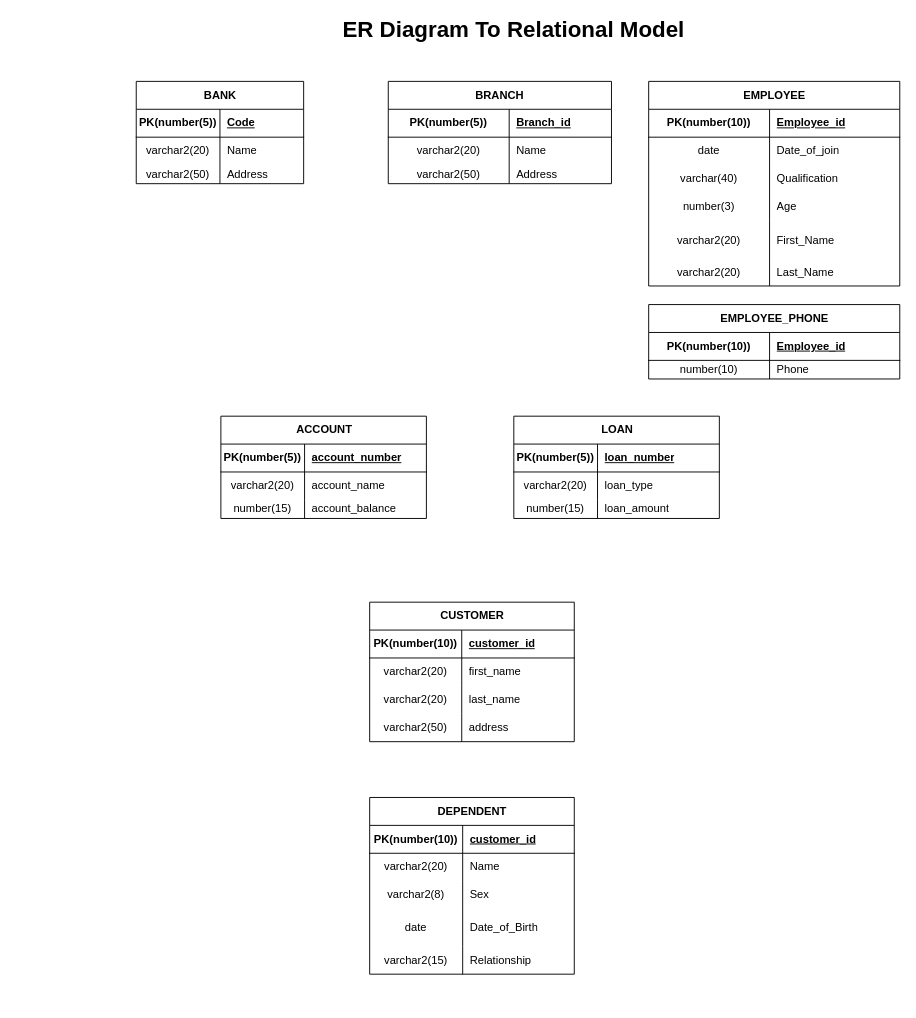
Before: page "Page-2" (2 of 2) of Untitled Diagram.drawio in Anurag404OpenSourceRules/Bank-Management-System-ERD, a draw.io diagram. Source tidied: cells renumbered, new cells numbered last; positions are measured from the earlier drawing's top-left corner, leaving out a move shared by most shapes. Both pictures are drawn from the tidied source at 93%, with x=0, y=0 at pixel (136, 16).
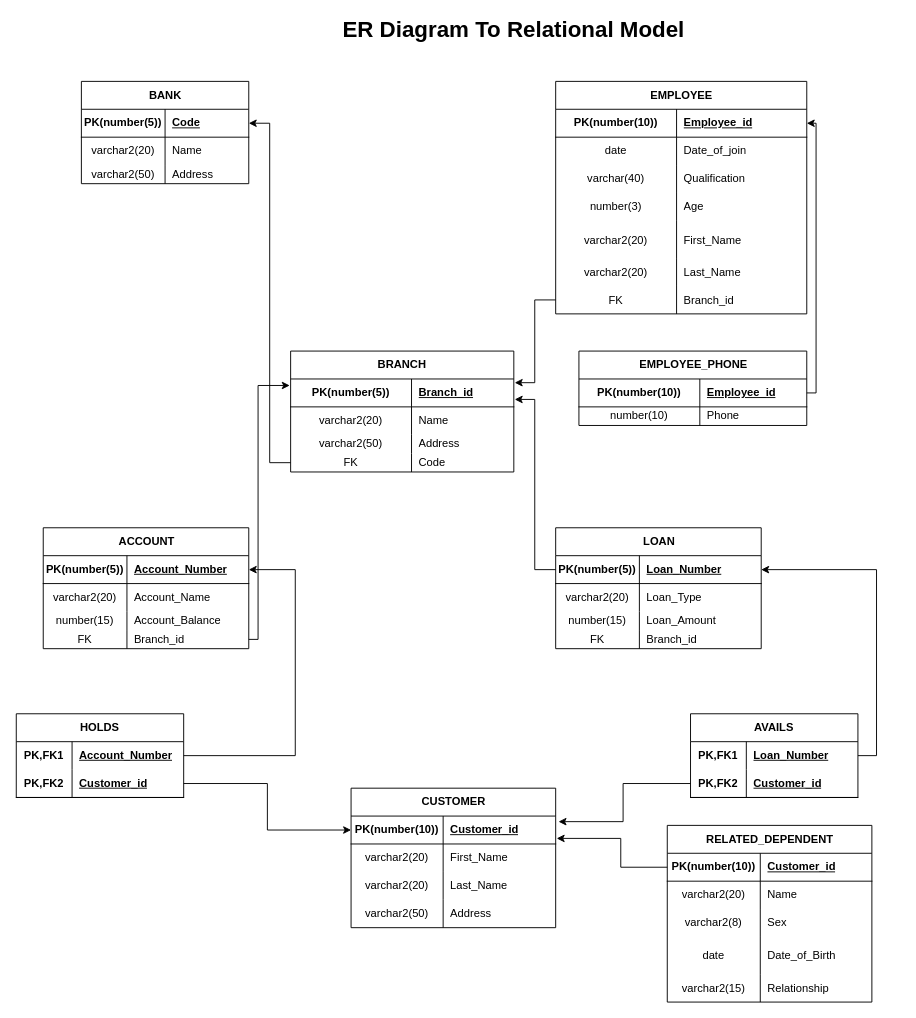
Above is the later version.

The change refers to these unchanged cells:
```xml
<mxCell id="4" style="shape=tableRow;horizontal=0;startSize=0;swimlaneHead=0;swimlaneBody=0;fillColor=none;points=[[0,0.5],[1,0.5]];portConstraint=eastwest;top=0;left=0;right=0;bottom=1;" parent="3" vertex="1">
  <mxGeometry y="30" width="180" height="30" as="geometry" />
</mxCell>
<mxCell id="14" style="shape=tableRow;horizontal=0;startSize=0;swimlaneHead=0;swimlaneBody=0;fillColor=none;points=[[0,0.5],[1,0.5]];portConstraint=eastwest;top=0;left=0;right=0;bottom=1;" parent="13" vertex="1">
  <mxGeometry y="30" width="240" height="30" as="geometry" />
</mxCell>
<mxCell id="24" style="shape=tableRow;horizontal=0;startSize=0;swimlaneHead=0;swimlaneBody=0;fillColor=none;points=[[0,0.5],[1,0.5]];portConstraint=eastwest;top=0;left=0;right=0;bottom=1;" parent="23" vertex="1">
  <mxGeometry y="30" width="270" height="30" as="geometry" />
</mxCell>
<mxCell id="50" style="shape=tableRow;horizontal=0;startSize=0;swimlaneHead=0;swimlaneBody=0;fillColor=none;points=[[0,0.5],[1,0.5]];portConstraint=eastwest;top=0;left=0;right=0;bottom=1;" parent="49" vertex="1">
  <mxGeometry y="30" width="221" height="30" as="geometry" />
</mxCell>
<mxCell id="53" style="shape=tableRow;horizontal=0;startSize=0;swimlaneHead=0;swimlaneBody=0;fillColor=none;top=0;left=0;right=0;bottom=0;" parent="49" vertex="1">
  <mxGeometry y="60" width="221" height="30" as="geometry" />
</mxCell>
<mxCell id="56" style="shape=tableRow;horizontal=0;startSize=0;swimlaneHead=0;swimlaneBody=0;fillColor=none;top=0;left=0;right=0;bottom=0;" parent="49" vertex="1">
  <mxGeometry y="90" width="221" height="20" as="geometry" />
</mxCell>
<mxCell id="60" style="shape=tableRow;horizontal=0;startSize=0;swimlaneHead=0;swimlaneBody=0;fillColor=none;points=[[0,0.5],[1,0.5]];portConstraint=eastwest;top=0;left=0;right=0;bottom=1;" parent="59" vertex="1">
  <mxGeometry y="30" width="221" height="30" as="geometry" />
</mxCell>
<mxCell id="63" style="shape=tableRow;horizontal=0;startSize=0;swimlaneHead=0;swimlaneBody=0;fillColor=none;top=0;left=0;right=0;bottom=0;" parent="59" vertex="1">
  <mxGeometry y="60" width="221" height="30" as="geometry" />
</mxCell>
<mxCell id="66" style="shape=tableRow;horizontal=0;startSize=0;swimlaneHead=0;swimlaneBody=0;fillColor=none;top=0;left=0;right=0;bottom=0;" parent="59" vertex="1">
  <mxGeometry y="90" width="221" height="20" as="geometry" />
</mxCell>
<mxCell id="70" style="shape=tableRow;horizontal=0;startSize=0;swimlaneHead=0;swimlaneBody=0;fillColor=none;points=[[0,0.5],[1,0.5]];portConstraint=eastwest;top=0;left=0;right=0;bottom=1;" parent="69" vertex="1">
  <mxGeometry y="30" width="220" height="30" as="geometry" />
</mxCell>
<mxCell id="73" style="shape=tableRow;horizontal=0;startSize=0;swimlaneHead=0;swimlaneBody=0;fillColor=none;top=0;left=0;right=0;bottom=0;" parent="69" vertex="1">
  <mxGeometry y="60" width="220" height="30" as="geometry" />
</mxCell>
<mxCell id="76" style="shape=tableRow;horizontal=0;startSize=0;swimlaneHead=0;swimlaneBody=0;fillColor=none;top=0;left=0;right=0;bottom=0;" parent="69" vertex="1">
  <mxGeometry y="90" width="220" height="30" as="geometry" />
</mxCell>
<mxCell id="79" style="shape=tableRow;horizontal=0;startSize=0;swimlaneHead=0;swimlaneBody=0;fillColor=none;top=0;left=0;right=0;bottom=0;" parent="69" vertex="1">
  <mxGeometry y="120" width="220" height="30" as="geometry" />
</mxCell>
<mxCell id="83" style="shape=tableRow;horizontal=0;startSize=0;swimlaneHead=0;swimlaneBody=0;fillColor=none;points=[[0,0.5],[1,0.5]];portConstraint=eastwest;top=0;left=0;right=0;bottom=1;" parent="82" vertex="1">
  <mxGeometry y="30" width="220" height="30" as="geometry" />
</mxCell>
```

Diff of the diagram source:
```diff
@@
     <mxCell id="3" value="BANK" style="shape=table;startSize=30;childLayout=tableLayout;rowLines=0;fontStyle=1;align=center;html=1;" parent="1" vertex="1">
-      <mxGeometry y="70" width="180" height="110" as="geometry" />
+      <mxGeometry x="-59" y="70" width="180" height="110" as="geometry" />
     </mxCell>
@@
     <mxCell id="13" value="BRANCH" style="shape=table;startSize=30;childLayout=tableLayout;rowLines=0;fontStyle=1;align=center;html=1;whiteSpace=wrap;" parent="1" vertex="1">
-      <mxGeometry x="271" y="70" width="240" height="110" as="geometry" />
+      <mxGeometry x="166" y="360" width="240" height="130" as="geometry" />
     </mxCell>
@@
+    <mxCell id="98" style="shape=tableRow;horizontal=0;startSize=0;swimlaneHead=0;swimlaneBody=0;fillColor=none;points=[[0,0.5],[1,0.5]];portConstraint=eastwest;top=0;left=0;right=0;bottom=0;html=1;" parent="13" vertex="1">
+      <mxGeometry y="110" width="240" height="20" as="geometry" />
+    </mxCell>
+    <mxCell id="99" value="FK" style="shape=partialRectangle;fillColor=none;top=0;left=0;bottom=0;right=0;overflow=hidden;html=1;whiteSpace=wrap;" parent="98" vertex="1">
+      <mxGeometry width="130" height="20" as="geometry" />
+    </mxCell>
+    <mxCell id="100" value="Code" style="shape=partialRectangle;fillColor=none;top=0;left=0;bottom=0;right=0;align=left;spacingLeft=6;overflow=hidden;html=1;whiteSpace=wrap;" parent="98" vertex="1">
+      <mxGeometry x="130" width="110" height="20" as="geometry" />
+    </mxCell>
     <mxCell id="23" value="EMPLOYEE" style="shape=table;startSize=30;childLayout=tableLayout;rowLines=0;fontStyle=1;align=center;html=1;" parent="1" vertex="1">
-      <mxGeometry x="551" y="70" width="270" height="220" as="geometry" />
+      <mxGeometry x="451" y="70" width="270" height="250" as="geometry" />
     </mxCell>
@@
+    <mxCell id="101" style="shape=tableRow;horizontal=0;startSize=0;swimlaneHead=0;swimlaneBody=0;fillColor=none;points=[[0,0.5],[1,0.5]];portConstraint=eastwest;top=0;left=0;right=0;bottom=0;" parent="23" vertex="1">
+      <mxGeometry y="220" width="270" height="30" as="geometry" />
+    </mxCell>
+    <mxCell id="102" value="FK" style="shape=partialRectangle;fillColor=none;top=0;left=0;bottom=0;right=0;overflow=hidden;" parent="101" vertex="1">
+      <mxGeometry width="130" height="30" as="geometry" />
+    </mxCell>
+    <mxCell id="103" value="Branch_id" style="shape=partialRectangle;fillColor=none;top=0;left=0;bottom=0;right=0;align=left;spacingLeft=6;overflow=hidden;" parent="101" vertex="1">
+      <mxGeometry x="130" width="140" height="30" as="geometry" />
+    </mxCell>
     <mxCell id="42" value="EMPLOYEE_PHONE" style="shape=table;startSize=30;childLayout=tableLayout;rowLines=0;fontStyle=1;align=center;html=1;" parent="1" vertex="1">
-      <mxGeometry x="551" y="310" width="270" height="80" as="geometry" />
+      <mxGeometry x="476" y="360" width="245" height="80" as="geometry" />
     </mxCell>
     <mxCell id="43" style="shape=tableRow;horizontal=0;startSize=0;swimlaneHead=0;swimlaneBody=0;fillColor=none;points=[[0,0.5],[1,0.5]];portConstraint=eastwest;top=0;left=0;right=0;bottom=1;" parent="42" vertex="1">
-      <mxGeometry y="30" width="270" height="30" as="geometry" />
+      <mxGeometry y="30" width="245" height="30" as="geometry" />
     </mxCell>
@@
     <mxCell id="45" value="Employee_id" style="shape=partialRectangle;fillColor=none;top=0;left=0;bottom=0;right=0;align=left;spacingLeft=6;fontStyle=5;overflow=hidden;whiteSpace=wrap;html=1;" parent="43" vertex="1">
-      <mxGeometry x="130" width="140" height="30" as="geometry" />
+      <mxGeometry x="130" width="115" height="30" as="geometry" />
     </mxCell>
     <mxCell id="46" style="shape=tableRow;horizontal=0;startSize=0;swimlaneHead=0;swimlaneBody=0;fillColor=none;top=0;left=0;right=0;bottom=0;" parent="42" vertex="1">
-      <mxGeometry y="60" width="270" height="20" as="geometry" />
+      <mxGeometry y="60" width="245" height="20" as="geometry" />
     </mxCell>
@@
     <mxCell id="48" value="Phone" style="shape=partialRectangle;fillColor=none;top=0;left=0;bottom=0;right=0;align=left;spacingLeft=6;overflow=hidden;whiteSpace=wrap;html=1;" parent="46" vertex="1">
-      <mxGeometry x="130" width="140" height="20" as="geometry" />
+      <mxGeometry x="130" width="115" height="20" as="geometry" />
     </mxCell>
     <mxCell id="49" value="ACCOUNT" style="shape=table;startSize=30;childLayout=tableLayout;rowLines=0;fontStyle=1;align=center;html=1;" parent="1" vertex="1">
-      <mxGeometry x="91" y="430" width="221" height="110" as="geometry" />
+      <mxGeometry x="-100" y="550" width="221" height="130" as="geometry" />
     </mxCell>
@@
-    <mxCell id="52" value="account_number" style="shape=partialRectangle;fillColor=none;top=0;left=0;bottom=0;right=0;align=left;spacingLeft=6;fontStyle=5;overflow=hidden;whiteSpace=wrap;html=1;" parent="50" vertex="1">
+    <mxCell id="52" value="Account_Number" style="shape=partialRectangle;fillColor=none;top=0;left=0;bottom=0;right=0;align=left;spacingLeft=6;fontStyle=5;overflow=hidden;whiteSpace=wrap;html=1;" parent="50" vertex="1">
       <mxGeometry x="90" width="131" height="30" as="geometry" />
     </mxCell>
@@
-    <mxCell id="55" value="account_name" style="shape=partialRectangle;fillColor=none;top=0;left=0;bottom=0;right=0;align=left;spacingLeft=6;overflow=hidden;whiteSpace=wrap;html=1;" parent="53" vertex="1">
+    <mxCell id="55" value="Account_Name" style="shape=partialRectangle;fillColor=none;top=0;left=0;bottom=0;right=0;align=left;spacingLeft=6;overflow=hidden;whiteSpace=wrap;html=1;" parent="53" vertex="1">
       <mxGeometry x="90" width="131" height="30" as="geometry" />
     </mxCell>
@@
-    <mxCell id="58" value="account_balance" style="shape=partialRectangle;fillColor=none;top=0;left=0;bottom=0;right=0;align=left;spacingLeft=6;overflow=hidden;whiteSpace=wrap;html=1;" parent="56" vertex="1">
+    <mxCell id="58" value="Account_Balance" style="shape=partialRectangle;fillColor=none;top=0;left=0;bottom=0;right=0;align=left;spacingLeft=6;overflow=hidden;whiteSpace=wrap;html=1;" parent="56" vertex="1">
       <mxGeometry x="90" width="131" height="20" as="geometry" />
     </mxCell>
+    <mxCell id="104" style="shape=tableRow;horizontal=0;startSize=0;swimlaneHead=0;swimlaneBody=0;fillColor=none;points=[[0,0.5],[1,0.5]];portConstraint=eastwest;top=0;left=0;right=0;bottom=0;" parent="49" vertex="1">
+      <mxGeometry y="110" width="221" height="20" as="geometry" />
+    </mxCell>
+    <mxCell id="105" value="FK" style="shape=partialRectangle;fillColor=none;top=0;left=0;bottom=0;right=0;overflow=hidden;whiteSpace=wrap;html=1;" parent="104" vertex="1">
+      <mxGeometry width="90" height="20" as="geometry" />
+    </mxCell>
+    <mxCell id="106" value="Branch_id" style="shape=partialRectangle;fillColor=none;top=0;left=0;bottom=0;right=0;align=left;spacingLeft=6;overflow=hidden;whiteSpace=wrap;html=1;" parent="104" vertex="1">
+      <mxGeometry x="90" width="131" height="20" as="geometry" />
+    </mxCell>
     <mxCell id="59" value="LOAN" style="shape=table;startSize=30;childLayout=tableLayout;rowLines=0;fontStyle=1;align=center;html=1;" parent="1" vertex="1">
-      <mxGeometry x="406" y="430" width="221" height="110" as="geometry" />
+      <mxGeometry x="451" y="550" width="221" height="130" as="geometry" />
     </mxCell>
@@
-    <mxCell id="62" value="loan_number" style="shape=partialRectangle;fillColor=none;top=0;left=0;bottom=0;right=0;align=left;spacingLeft=6;fontStyle=5;overflow=hidden;whiteSpace=wrap;html=1;" parent="60" vertex="1">
+    <mxCell id="62" value="Loan_Number" style="shape=partialRectangle;fillColor=none;top=0;left=0;bottom=0;right=0;align=left;spacingLeft=6;fontStyle=5;overflow=hidden;whiteSpace=wrap;html=1;" parent="60" vertex="1">
       <mxGeometry x="90" width="131" height="30" as="geometry" />
     </mxCell>
@@
-    <mxCell id="65" value="loan_type" style="shape=partialRectangle;fillColor=none;top=0;left=0;bottom=0;right=0;align=left;spacingLeft=6;overflow=hidden;whiteSpace=wrap;html=1;" parent="63" vertex="1">
+    <mxCell id="65" value="Loan_Type" style="shape=partialRectangle;fillColor=none;top=0;left=0;bottom=0;right=0;align=left;spacingLeft=6;overflow=hidden;whiteSpace=wrap;html=1;" parent="63" vertex="1">
       <mxGeometry x="90" width="131" height="30" as="geometry" />
     </mxCell>
@@
-    <mxCell id="68" value="loan_amount" style="shape=partialRectangle;fillColor=none;top=0;left=0;bottom=0;right=0;align=left;spacingLeft=6;overflow=hidden;whiteSpace=wrap;html=1;" parent="66" vertex="1">
+    <mxCell id="68" value="Loan_Amount" style="shape=partialRectangle;fillColor=none;top=0;left=0;bottom=0;right=0;align=left;spacingLeft=6;overflow=hidden;whiteSpace=wrap;html=1;" parent="66" vertex="1">
       <mxGeometry x="90" width="131" height="20" as="geometry" />
     </mxCell>
+    <mxCell id="107" style="shape=tableRow;horizontal=0;startSize=0;swimlaneHead=0;swimlaneBody=0;fillColor=none;top=0;left=0;right=0;bottom=0;" parent="59" vertex="1">
+      <mxGeometry y="110" width="221" height="20" as="geometry" />
+    </mxCell>
+    <mxCell id="108" value="FK" style="shape=partialRectangle;fillColor=none;top=0;left=0;bottom=0;right=0;overflow=hidden;whiteSpace=wrap;html=1;" parent="107" vertex="1">
+      <mxGeometry width="90" height="20" as="geometry" />
+    </mxCell>
+    <mxCell id="109" value="Branch_id" style="shape=partialRectangle;fillColor=none;top=0;left=0;bottom=0;right=0;align=left;spacingLeft=6;overflow=hidden;whiteSpace=wrap;html=1;" parent="107" vertex="1">
+      <mxGeometry x="90" width="131" height="20" as="geometry" />
+    </mxCell>
     <mxCell id="69" value="CUSTOMER" style="shape=table;startSize=30;childLayout=tableLayout;rowLines=0;fontStyle=1;align=center;html=1;" parent="1" vertex="1">
-      <mxGeometry x="251" y="630" width="220" height="150" as="geometry" />
+      <mxGeometry x="231" y="830" width="220" height="150" as="geometry" />
     </mxCell>
@@
-    <mxCell id="72" value="customer_id" style="shape=partialRectangle;fillColor=none;top=0;left=0;bottom=0;right=0;align=left;spacingLeft=6;fontStyle=5;overflow=hidden;whiteSpace=wrap;html=1;" parent="70" vertex="1">
+    <mxCell id="72" value="Customer_id" style="shape=partialRectangle;fillColor=none;top=0;left=0;bottom=0;right=0;align=left;spacingLeft=6;fontStyle=5;overflow=hidden;whiteSpace=wrap;html=1;" parent="70" vertex="1">
       <mxGeometry x="99" width="121" height="30" as="geometry" />
     </mxCell>
@@
-    <mxCell id="75" value="first_name" style="shape=partialRectangle;fillColor=none;top=0;left=0;bottom=0;right=0;align=left;spacingLeft=6;overflow=hidden;whiteSpace=wrap;html=1;" parent="73" vertex="1">
+    <mxCell id="75" value="First_Name" style="shape=partialRectangle;fillColor=none;top=0;left=0;bottom=0;right=0;align=left;spacingLeft=6;overflow=hidden;whiteSpace=wrap;html=1;" parent="73" vertex="1">
       <mxGeometry x="99" width="121" height="30" as="geometry" />
     </mxCell>
@@
-    <mxCell id="78" value="last_name" style="shape=partialRectangle;fillColor=none;top=0;left=0;bottom=0;right=0;align=left;spacingLeft=6;overflow=hidden;whiteSpace=wrap;html=1;" parent="76" vertex="1">
+    <mxCell id="78" value="Last_Name" style="shape=partialRectangle;fillColor=none;top=0;left=0;bottom=0;right=0;align=left;spacingLeft=6;overflow=hidden;whiteSpace=wrap;html=1;" parent="76" vertex="1">
       <mxGeometry x="99" width="121" height="30" as="geometry" />
     </mxCell>
@@
-    <mxCell id="81" value="address" style="shape=partialRectangle;fillColor=none;top=0;left=0;bottom=0;right=0;align=left;spacingLeft=6;overflow=hidden;whiteSpace=wrap;html=1;" parent="79" vertex="1">
+    <mxCell id="81" value="Address" style="shape=partialRectangle;fillColor=none;top=0;left=0;bottom=0;right=0;align=left;spacingLeft=6;overflow=hidden;whiteSpace=wrap;html=1;" parent="79" vertex="1">
       <mxGeometry x="99" width="121" height="30" as="geometry" />
     </mxCell>
-    <mxCell id="82" value="DEPENDENT" style="shape=table;startSize=30;childLayout=tableLayout;rowLines=0;fontStyle=1;align=center;html=1;" parent="1" vertex="1">
-      <mxGeometry x="251" y="840" width="220" height="190" as="geometry" />
+    <mxCell id="82" value="RELATED_DEPENDENT" style="shape=table;startSize=30;childLayout=tableLayout;rowLines=0;fontStyle=1;align=center;html=1;" parent="1" vertex="1">
+      <mxGeometry x="571" y="870" width="220" height="190" as="geometry" />
     </mxCell>
@@
-    <mxCell id="85" value="customer_id" style="shape=partialRectangle;fillColor=none;top=0;left=0;bottom=0;right=0;align=left;spacingLeft=6;fontStyle=5;overflow=hidden;whiteSpace=wrap;html=1;" parent="83" vertex="1">
+    <mxCell id="85" value="Customer_id" style="shape=partialRectangle;fillColor=none;top=0;left=0;bottom=0;right=0;align=left;spacingLeft=6;fontStyle=5;overflow=hidden;whiteSpace=wrap;html=1;" parent="83" vertex="1">
       <mxGeometry x="100" width="120" height="30" as="geometry" />
     </mxCell>
@@
+    <mxCell id="110" value="HOLDS" style="shape=table;startSize=30;childLayout=tableLayout;rowLines=0;fontStyle=1;align=center;html=1;whiteSpace=wrap;" parent="1" vertex="1">
+      <mxGeometry x="-129" y="750" width="180" height="90" as="geometry" />
+    </mxCell>
+    <mxCell id="111" style="shape=tableRow;horizontal=0;startSize=0;swimlaneHead=0;swimlaneBody=0;fillColor=none;points=[[0,0.5],[1,0.5]];portConstraint=eastwest;top=0;left=0;right=0;bottom=0;html=1;" parent="110" vertex="1">
+      <mxGeometry y="30" width="180" height="30" as="geometry" />
+    </mxCell>
+    <mxCell id="112" value="PK,FK1" style="shape=partialRectangle;fillColor=none;top=0;left=0;bottom=0;right=0;fontStyle=1;overflow=hidden;html=1;whiteSpace=wrap;" parent="111" vertex="1">
+      <mxGeometry width="60" height="30" as="geometry" />
+    </mxCell>
+    <mxCell id="113" value="Account_Number" style="shape=partialRectangle;fillColor=none;top=0;left=0;bottom=0;right=0;align=left;spacingLeft=6;fontStyle=5;overflow=hidden;html=1;whiteSpace=wrap;" parent="111" vertex="1">
+      <mxGeometry x="60" width="120" height="30" as="geometry" />
+    </mxCell>
+    <mxCell id="114" style="shape=tableRow;horizontal=0;startSize=0;swimlaneHead=0;swimlaneBody=0;fillColor=none;points=[[0,0.5],[1,0.5]];portConstraint=eastwest;top=0;left=0;right=0;bottom=1;html=1;" parent="110" vertex="1">
+      <mxGeometry y="60" width="180" height="30" as="geometry" />
+    </mxCell>
+    <mxCell id="115" value="PK,FK2" style="shape=partialRectangle;fillColor=none;top=0;left=0;bottom=0;right=0;fontStyle=1;overflow=hidden;html=1;whiteSpace=wrap;" parent="114" vertex="1">
+      <mxGeometry width="60" height="30" as="geometry" />
+    </mxCell>
+    <mxCell id="116" value="Customer_id" style="shape=partialRectangle;fillColor=none;top=0;left=0;bottom=0;right=0;align=left;spacingLeft=6;fontStyle=5;overflow=hidden;html=1;whiteSpace=wrap;" parent="114" vertex="1">
+      <mxGeometry x="60" width="120" height="30" as="geometry" />
+    </mxCell>
+    <mxCell id="117" style="edgeStyle=orthogonalEdgeStyle;rounded=0;jettySize=auto;html=1;entryX=1;entryY=0.5;entryDx=0;entryDy=0;exitX=1;exitY=0.5;exitDx=0;exitDy=0;" parent="1" edge="1" source="119" target="60">
+      <mxGeometry relative="1" as="geometry" />
+    </mxCell>
+    <mxCell id="118" value="AVAILS" style="shape=table;startSize=30;childLayout=tableLayout;rowLines=0;fontStyle=1;align=center;html=1;whiteSpace=wrap;" parent="1" vertex="1">
+      <mxGeometry x="596" y="750" width="180" height="90" as="geometry" />
+    </mxCell>
+    <mxCell id="119" style="shape=tableRow;horizontal=0;startSize=0;swimlaneHead=0;swimlaneBody=0;fillColor=none;points=[[0,0.5],[1,0.5]];portConstraint=eastwest;top=0;left=0;right=0;bottom=0;html=1;" parent="118" vertex="1">
+      <mxGeometry y="30" width="180" height="30" as="geometry" />
+    </mxCell>
+    <mxCell id="120" value="PK,FK1" style="shape=partialRectangle;fillColor=none;top=0;left=0;bottom=0;right=0;fontStyle=1;overflow=hidden;html=1;whiteSpace=wrap;" parent="119" vertex="1">
+      <mxGeometry width="60" height="30" as="geometry" />
+    </mxCell>
+    <mxCell id="121" value="Loan_Number" style="shape=partialRectangle;fillColor=none;top=0;left=0;bottom=0;right=0;align=left;spacingLeft=6;fontStyle=5;overflow=hidden;html=1;whiteSpace=wrap;" parent="119" vertex="1">
+      <mxGeometry x="60" width="120" height="30" as="geometry" />
+    </mxCell>
+    <mxCell id="122" style="shape=tableRow;horizontal=0;startSize=0;swimlaneHead=0;swimlaneBody=0;fillColor=none;points=[[0,0.5],[1,0.5]];portConstraint=eastwest;top=0;left=0;right=0;bottom=1;html=1;" parent="118" vertex="1">
+      <mxGeometry y="60" width="180" height="30" as="geometry" />
+    </mxCell>
+    <mxCell id="123" value="PK,FK2" style="shape=partialRectangle;fillColor=none;top=0;left=0;bottom=0;right=0;fontStyle=1;overflow=hidden;html=1;whiteSpace=wrap;" parent="122" vertex="1">
+      <mxGeometry width="60" height="30" as="geometry" />
+    </mxCell>
+    <mxCell id="124" value="Customer_id" style="shape=partialRectangle;fillColor=none;top=0;left=0;bottom=0;right=0;align=left;spacingLeft=6;fontStyle=5;overflow=hidden;html=1;whiteSpace=wrap;" parent="122" vertex="1">
+      <mxGeometry x="60" width="120" height="30" as="geometry" />
+    </mxCell>
+    <mxCell id="125" style="edgeStyle=orthogonalEdgeStyle;rounded=0;jettySize=auto;html=1;entryX=1;entryY=0.5;entryDx=0;entryDy=0;" parent="1" edge="1" source="98" target="4">
+      <mxGeometry relative="1" as="geometry" />
+    </mxCell>
+    <mxCell id="126" style="edgeStyle=orthogonalEdgeStyle;rounded=0;jettySize=auto;html=1;entryX=1;entryY=0.5;entryDx=0;entryDy=0;" parent="1" edge="1" source="43" target="24">
+      <mxGeometry relative="1" as="geometry">
+        <Array as="points">
+          <mxPoint x="731" y="405" />
+          <mxPoint x="731" y="115" />
+        </Array>
+      </mxGeometry>
+    </mxCell>
+    <mxCell id="127" style="edgeStyle=orthogonalEdgeStyle;rounded=0;jettySize=auto;html=1;entryX=-0.004;entryY=0.233;entryDx=0;entryDy=0;entryPerimeter=0;" parent="1" edge="1" source="104" target="14">
+      <mxGeometry relative="1" as="geometry">
+        <Array as="points">
+          <mxPoint x="131" y="670" />
+          <mxPoint x="131" y="397" />
+        </Array>
+      </mxGeometry>
+    </mxCell>
+    <mxCell id="128" style="edgeStyle=orthogonalEdgeStyle;rounded=0;jettySize=auto;html=1;entryX=0;entryY=0.5;entryDx=0;entryDy=0;" parent="1" edge="1" source="114" target="70">
+      <mxGeometry relative="1" as="geometry" />
+    </mxCell>
+    <mxCell id="129" style="edgeStyle=orthogonalEdgeStyle;rounded=0;jettySize=auto;html=1;entryX=1.014;entryY=0.2;entryDx=0;entryDy=0;entryPerimeter=0;" parent="1" edge="1" source="122" target="70">
+      <mxGeometry relative="1" as="geometry" />
+    </mxCell>
+    <mxCell id="130" style="edgeStyle=orthogonalEdgeStyle;rounded=0;jettySize=auto;html=1;entryX=1;entryY=0.5;entryDx=0;entryDy=0;" parent="1" edge="1" source="111" target="50">
+      <mxGeometry relative="1" as="geometry">
+        <Array as="points">
+          <mxPoint x="171" y="795" />
+          <mxPoint x="171" y="595" />
+        </Array>
+      </mxGeometry>
+    </mxCell>
+    <mxCell id="131" style="edgeStyle=orthogonalEdgeStyle;rounded=0;jettySize=auto;html=1;entryX=1.005;entryY=0.8;entryDx=0;entryDy=0;entryPerimeter=0;" parent="1" edge="1" source="83" target="70">
+      <mxGeometry relative="1" as="geometry">
+        <Array as="points">
+          <mxPoint x="521" y="915" />
+          <mxPoint x="521" y="884" />
+        </Array>
+      </mxGeometry>
+    </mxCell>
+    <mxCell id="132" style="edgeStyle=orthogonalEdgeStyle;rounded=0;jettySize=auto;html=1;entryX=1.004;entryY=0.133;entryDx=0;entryDy=0;entryPerimeter=0;" parent="1" edge="1" source="101" target="14">
+      <mxGeometry relative="1" as="geometry" />
+    </mxCell>
+    <mxCell id="133" style="edgeStyle=orthogonalEdgeStyle;rounded=0;jettySize=auto;html=1;entryX=1.004;entryY=0.733;entryDx=0;entryDy=0;entryPerimeter=0;" parent="1" edge="1" source="60" target="14">
+      <mxGeometry relative="1" as="geometry" />
+    </mxCell>
```
